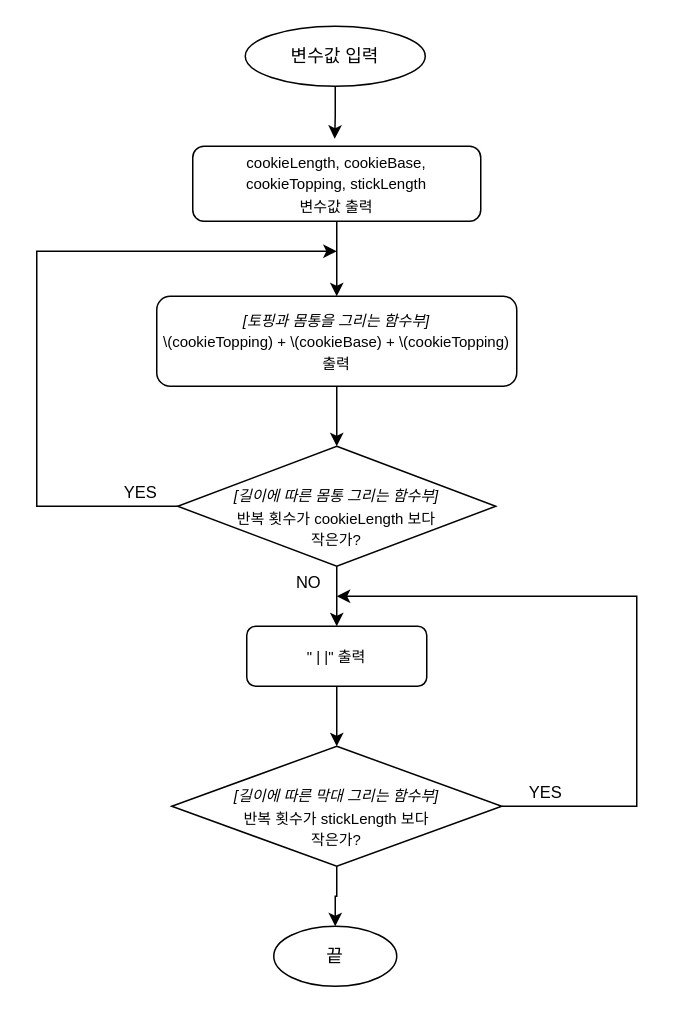
yagom-academy/swift-starter-Round1 keeps this draw.io diagram as FlowChart/Round1_Step3_FlowChart.drawio. Above is the earlier version. Source tidied: cells renumbered, new cells numbered last; positions are measured from the earlier drawing's top-left corner, leaving out a move shared by most shapes. Both pictures are drawn from the tidied source at 150%, with x=0, y=0 at pixel (36, 26).
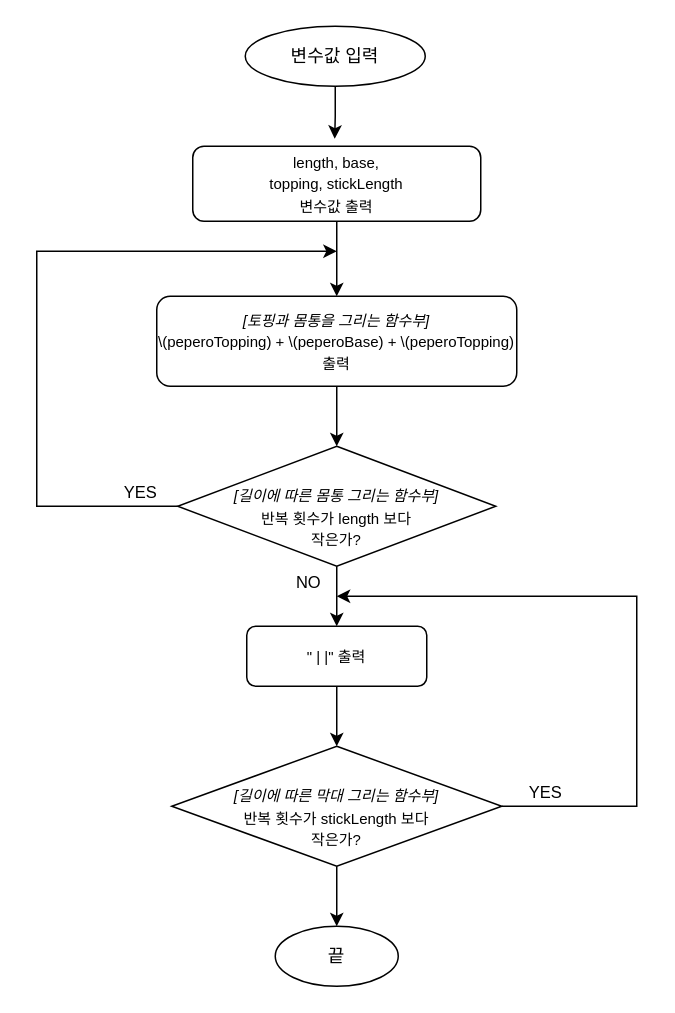
The same page after the edit.

Commit message (it also covers changes not shown here):
STEP3 수정사항 반영(Code 및 FlowChart)

The edit, as a diff of the source:
```diff
@@
-    <mxCell id="4" value="&lt;font style=&quot;font-size: 10px;&quot;&gt;cookieLength, cookieBase, &lt;br&gt;cookieTopping, stickLength &lt;br&gt;변수값 출력&lt;/font&gt;" style="rounded=1;whiteSpace=wrap;html=1;" parent="1" vertex="1">
+    <mxCell id="4" value="&lt;font style=&quot;font-size: 10px;&quot;&gt;length, base, &lt;br&gt;topping, stickLength &lt;br&gt;변수값 출력&lt;/font&gt;" style="rounded=1;whiteSpace=wrap;html=1;" parent="1" vertex="1">
       <mxGeometry x="104" y="80" width="192" height="50" as="geometry" />
     </mxCell>
@@
-    <mxCell id="6" value="&lt;font style=&quot;font-size: 10px;&quot;&gt;&lt;i&gt;[토핑과 몸통을 그리는 함수부]&lt;br&gt;&lt;/i&gt;&lt;/font&gt;&lt;font style=&quot;font-size: 10px;&quot;&gt;\(cookieTopping) + \(cookieBase) + \(cookieTopping)&lt;br&gt;출력&lt;/font&gt;" style="rounded=1;whiteSpace=wrap;html=1;" parent="1" vertex="1">
+    <mxCell id="6" value="&lt;font style=&quot;font-size: 10px;&quot;&gt;&lt;i&gt;[토핑과 몸통을 그리는 함수부]&lt;br&gt;&lt;/i&gt;&lt;/font&gt;&lt;font style=&quot;font-size: 10px;&quot;&gt;\(peperoTopping) + \(peperoBase) + \(peperoTopping)&lt;br&gt;출력&lt;/font&gt;" style="rounded=1;whiteSpace=wrap;html=1;" parent="1" vertex="1">
       <mxGeometry x="80" y="180" width="240" height="60" as="geometry" />
     </mxCell>
@@
-    <mxCell id="11" value="&lt;i&gt;&lt;font style=&quot;font-size: 10px;&quot;&gt;&lt;br&gt;[길이에 따른 몸통 그리는 함수부]&lt;/font&gt;&lt;br&gt;&lt;/i&gt;&lt;font style=&quot;font-size: 10px;&quot;&gt;반복 횟수가 cookieLength 보다 &lt;br&gt;작은가?&lt;/font&gt;" style="rhombus;whiteSpace=wrap;html=1;" parent="1" vertex="1">
+    <mxCell id="11" value="&lt;i&gt;&lt;font style=&quot;font-size: 10px;&quot;&gt;&lt;br&gt;[길이에 따른 몸통 그리는 함수부]&lt;/font&gt;&lt;br&gt;&lt;/i&gt;&lt;font style=&quot;font-size: 10px;&quot;&gt;반복 횟수가 length 보다 &lt;br&gt;작은가?&lt;/font&gt;" style="rhombus;whiteSpace=wrap;html=1;" parent="1" vertex="1">
       <mxGeometry x="94" y="280" width="212" height="80" as="geometry" />
     </mxCell>
@@
     <mxCell id="19" value="끝" style="ellipse;whiteSpace=wrap;html=1;" parent="1" vertex="1">
-      <mxGeometry x="158" y="600" width="82" height="40" as="geometry" />
+      <mxGeometry x="159" y="600" width="82" height="40" as="geometry" />
     </mxCell>
```
